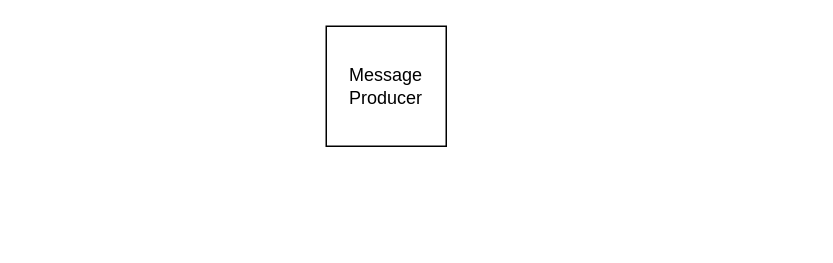
Earlier version of the draw.io diagram plugins.drawio (DmitryAstafyev/chipmunk3_roadmap). Source tidied: cells renumbered, new cells numbered last; positions are measured from the earlier drawing's top-left corner, leaving out a move shared by most shapes. Both pictures are drawn from the tidied source at 150%, with x=0, y=0 at pixel (326, 26).
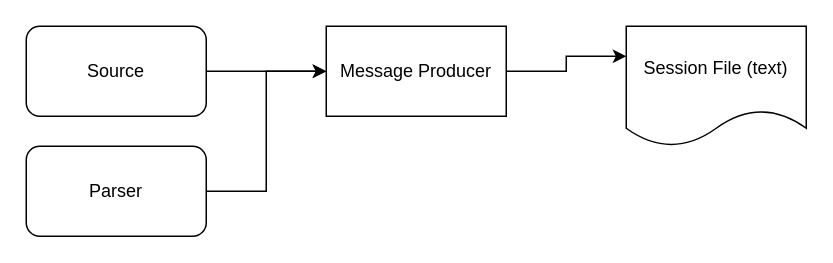
The same diagram, later.

The edit, as a diff of the source:
```diff
@@
 <mxGraphModel>
   <root>
     <mxCell id="0" />
     <mxCell id="1" parent="0" />
+    <mxCell id="3" style="edgeStyle=orthogonalEdgeStyle;rounded=0;jettySize=auto;html=1;exitX=1;exitY=0.5;exitDx=0;exitDy=0;entryX=0;entryY=0.25;entryDx=0;entryDy=0;" parent="1" edge="1" source="2" target="8">
+      <mxGeometry relative="1" as="geometry" />
+    </mxCell>
-    <mxCell id="2" value="Message Producer" style="whiteSpace=wrap;html=1;" parent="1" vertex="1">
-      <mxGeometry width="80" height="80" as="geometry" />
+    <mxCell id="2" value="Message Producer" style="rounded=0;whiteSpace=wrap;html=1;" parent="1" vertex="1">
+      <mxGeometry width="120" height="60" as="geometry" />
     </mxCell>
+    <mxCell id="4" style="edgeStyle=orthogonalEdgeStyle;rounded=0;jettySize=auto;html=1;exitX=1;exitY=0.5;exitDx=0;exitDy=0;entryX=0;entryY=0.5;entryDx=0;entryDy=0;" parent="1" edge="1" source="5" target="2">
+      <mxGeometry relative="1" as="geometry" />
+    </mxCell>
+    <mxCell id="5" value="Source" style="rounded=1;whiteSpace=wrap;html=1;" parent="1" vertex="1">
+      <mxGeometry x="-200" width="120" height="60" as="geometry" />
+    </mxCell>
+    <mxCell id="6" style="edgeStyle=orthogonalEdgeStyle;rounded=0;jettySize=auto;html=1;exitX=1;exitY=0.5;exitDx=0;exitDy=0;" parent="1" edge="1" source="7">
+      <mxGeometry relative="1" as="geometry">
+        <mxPoint y="30" as="targetPoint" />
+        <Array as="points">
+          <mxPoint x="-40" y="110" />
+          <mxPoint x="-40" y="30" />
+        </Array>
+      </mxGeometry>
+    </mxCell>
+    <mxCell id="7" value="Parser" style="rounded=1;whiteSpace=wrap;html=1;" parent="1" vertex="1">
+      <mxGeometry x="-200" y="80" width="120" height="60" as="geometry" />
+    </mxCell>
+    <mxCell id="8" value="Session File (text)" style="shape=document;whiteSpace=wrap;html=1;boundedLbl=1;" parent="1" vertex="1">
+      <mxGeometry x="200" width="120" height="80" as="geometry" />
+    </mxCell>
   </root>
 </mxGraphModel>
```
